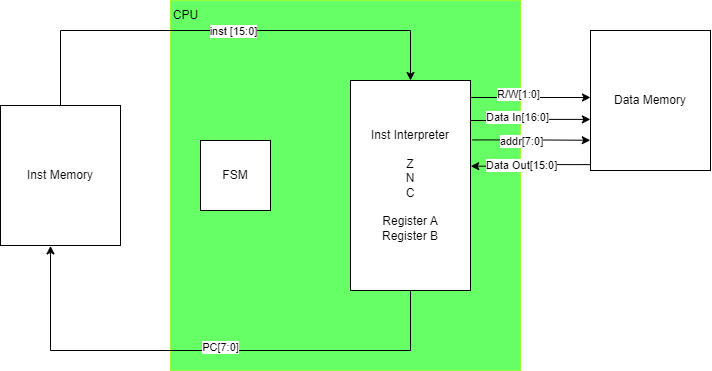
JasperGrant/S-Machine-CPU keeps this draw.io diagram as SystemArchitectureRevised.drawio.png. Above is the earlier version. Source tidied: cells renumbered, new cells last; positions are measured from the earlier drawing's top-left corner, leaving out a move shared by most shapes.
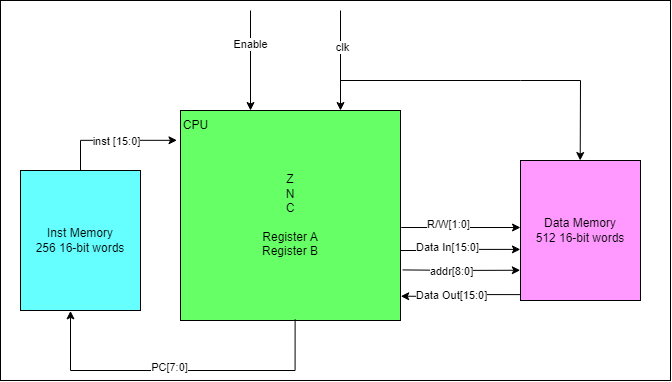
Later version of the same file.

Commit message:
Updated architecture and upped data addr to 9 bits

The edit, as a diff of the source:
```diff
@@ -2,15 +2,18 @@
   <root>
     <mxCell id="0" />
     <mxCell id="1" parent="0" />
+    <mxCell id="20" style="rounded=0;whiteSpace=wrap;html=1;" parent="1" vertex="1">
+      <mxGeometry y="-20" width="670" height="380" as="geometry" />
+    </mxCell>
-    <mxCell id="2" style="rounded=0;whiteSpace=wrap;html=1;strokeColor=#99FF33;fillColor=#66FF66;" parent="1" vertex="1">
-      <mxGeometry x="170" width="350" height="370" as="geometry" />
+    <mxCell id="2" value="Z&lt;br style=&quot;border-color: var(--border-color);&quot;&gt;N&lt;br style=&quot;border-color: var(--border-color);&quot;&gt;C&lt;br style=&quot;border-color: var(--border-color);&quot;&gt;&lt;br style=&quot;border-color: var(--border-color);&quot;&gt;Register A&lt;br style=&quot;border-color: var(--border-color);&quot;&gt;Register B" style="rounded=0;whiteSpace=wrap;html=1;strokeColor=#000000;fillColor=#66FF66;" parent="1" vertex="1">
+      <mxGeometry x="180" y="90" width="220" height="210" as="geometry" />
     </mxCell>
-    <mxCell id="3" style="edgeStyle=orthogonalEdgeStyle;rounded=0;jettySize=auto;html=1;exitX=0.5;exitY=1;exitDx=0;exitDy=0;entryX=0.411;entryY=1.003;entryDx=0;entryDy=0;entryPerimeter=0;" parent="1" edge="1" source="5" target="9">
+    <mxCell id="3" style="edgeStyle=orthogonalEdgeStyle;rounded=0;jettySize=auto;html=1;exitX=0.521;exitY=0.994;exitDx=0;exitDy=0;entryX=0.411;entryY=1.003;entryDx=0;entryDy=0;entryPerimeter=0;exitPerimeter=0;" parent="1" edge="1" source="2" target="9">
       <mxGeometry relative="1" as="geometry">
         <Array as="points">
-          <mxPoint x="410" y="350" />
-          <mxPoint x="50" y="350" />
-          <mxPoint x="50" y="245" />
+          <mxPoint x="295" y="350" />
+          <mxPoint x="70" y="350" />
+          <mxPoint x="70" y="290" />
         </Array>
       </mxGeometry>
     </mxCell>
@@ -19,32 +22,26 @@
         <mxPoint x="-48" as="offset" />
       </mxGeometry>
     </mxCell>
-    <mxCell id="5" value="Inst Interpreter&lt;br&gt;&lt;br&gt;Z&lt;br&gt;N&lt;br&gt;C&lt;br&gt;&lt;br&gt;Register A&lt;br&gt;Register B" style="rounded=0;whiteSpace=wrap;html=1;" parent="1" vertex="1">
-      <mxGeometry x="350" y="80" width="120" height="210" as="geometry" />
-    </mxCell>
-    <mxCell id="6" style="edgeStyle=orthogonalEdgeStyle;rounded=0;jettySize=auto;html=1;entryX=0.5;entryY=0;entryDx=0;entryDy=0;exitX=0.5;exitY=0;exitDx=0;exitDy=0;" parent="1" edge="1" source="9" target="5">
+    <mxCell id="6" style="edgeStyle=orthogonalEdgeStyle;rounded=0;jettySize=auto;html=1;entryX=-0.016;entryY=0.142;entryDx=0;entryDy=0;exitX=0.5;exitY=0;exitDx=0;exitDy=0;entryPerimeter=0;" parent="1" edge="1" source="9" target="2">
       <mxGeometry relative="1" as="geometry">
         <Array as="points">
-          <mxPoint x="60" y="30" />
-          <mxPoint x="410" y="30" />
+          <mxPoint x="80" y="120" />
         </Array>
       </mxGeometry>
     </mxCell>
     <mxCell id="7" value="inst [15:0]" style="edgeLabel;html=1;align=center;verticalAlign=middle;" parent="6" vertex="1">
       <mxGeometry x="0.04" y="-1" relative="1" as="geometry" />
     </mxCell>
-    <mxCell id="8" value="FSM" style="rounded=0;whiteSpace=wrap;html=1;" parent="1" vertex="1">
-      <mxGeometry x="200" y="140" width="70" height="70" as="geometry" />
-    </mxCell>
-    <mxCell id="9" value="Inst Memory" style="rounded=0;whiteSpace=wrap;html=1;" parent="1" vertex="1">
-      <mxGeometry y="105" width="120" height="140" as="geometry" />
+    <mxCell id="9" value="Inst Memory&lt;br&gt;256 16-bit words" style="rounded=0;whiteSpace=wrap;html=1;fillColor=#66FFFF;" parent="1" vertex="1">
+      <mxGeometry x="20" y="150" width="120" height="140" as="geometry" />
     </mxCell>
-    <mxCell id="10" value="Data Memory" style="rounded=0;whiteSpace=wrap;html=1;" parent="1" vertex="1">
-      <mxGeometry x="590" y="30" width="120" height="140" as="geometry" />
+    <mxCell id="10" value="Data Memory&lt;br&gt;512 16-bit words" style="rounded=0;whiteSpace=wrap;html=1;fillColor=#FF99FF;" parent="1" vertex="1">
+      <mxGeometry x="520" y="140" width="120" height="140" as="geometry" />
     </mxCell>
-    <mxCell id="11" style="edgeStyle=orthogonalEdgeStyle;rounded=0;jettySize=auto;html=1;exitX=1.006;exitY=0.081;exitDx=0;exitDy=0;exitPerimeter=0;" parent="1" edge="1" source="5">
+    <mxCell id="11" style="edgeStyle=orthogonalEdgeStyle;rounded=0;orthogonalLoop=1;jettySize=auto;html=1;exitX=1.006;exitY=0.081;exitDx=0;exitDy=0;exitPerimeter=0;" parent="1" edge="1">
       <mxGeometry relative="1" as="geometry">
-        <mxPoint x="590" y="97" as="targetPoint" />
+        <mxPoint x="400.7" y="207" as="sourcePoint" />
+        <mxPoint x="520" y="207" as="targetPoint" />
       </mxGeometry>
     </mxCell>
     <mxCell id="12" value="R/W[1:0]" style="edgeLabel;html=1;align=center;verticalAlign=middle;" parent="11" vertex="1">
@@ -52,35 +49,70 @@
         <mxPoint x="1" as="offset" />
       </mxGeometry>
     </mxCell>
-    <mxCell id="13" style="edgeStyle=orthogonalEdgeStyle;rounded=0;jettySize=auto;html=1;entryX=-0.001;entryY=0.635;entryDx=0;entryDy=0;entryPerimeter=0;" parent="1" edge="1" source="5" target="10">
+    <mxCell id="13" style="edgeStyle=orthogonalEdgeStyle;rounded=0;jettySize=auto;html=1;entryX=-0.001;entryY=0.635;entryDx=0;entryDy=0;entryPerimeter=0;" parent="1" edge="1" target="10">
       <mxGeometry relative="1" as="geometry">
+        <mxPoint x="400" y="230" as="sourcePoint" />
         <Array as="points">
-          <mxPoint x="505" y="120" />
-          <mxPoint x="505" y="119" />
+          <mxPoint x="435" y="230" />
+          <mxPoint x="435" y="229" />
         </Array>
       </mxGeometry>
     </mxCell>
-    <mxCell id="14" value="Data In[16:0]" style="edgeLabel;html=1;align=center;verticalAlign=middle;" parent="13" vertex="1">
+    <mxCell id="14" value="Data In[15:0]" style="edgeLabel;html=1;align=center;verticalAlign=middle;" parent="13" vertex="1">
       <mxGeometry x="-0.21" y="2" relative="1" as="geometry" />
     </mxCell>
-    <mxCell id="15" style="edgeStyle=orthogonalEdgeStyle;rounded=0;jettySize=auto;html=1;entryX=1.002;entryY=0.408;entryDx=0;entryDy=0;entryPerimeter=0;exitX=0.002;exitY=0.958;exitDx=0;exitDy=0;exitPerimeter=0;" parent="1" edge="1" source="10" target="5">
-      <mxGeometry relative="1" as="geometry" />
+    <mxCell id="15" style="edgeStyle=orthogonalEdgeStyle;rounded=0;jettySize=auto;html=1;entryX=1.002;entryY=0.408;entryDx=0;entryDy=0;entryPerimeter=0;exitX=0.002;exitY=0.958;exitDx=0;exitDy=0;exitPerimeter=0;" parent="1" edge="1" source="10">
+      <mxGeometry relative="1" as="geometry">
+        <mxPoint x="400.2" y="275.7" as="targetPoint" />
+      </mxGeometry>
     </mxCell>
     <mxCell id="16" value="Data Out[15:0]" style="edgeLabel;html=1;align=center;verticalAlign=middle;" parent="15" vertex="1">
       <mxGeometry x="-0.25" relative="1" as="geometry">
         <mxPoint x="-24" as="offset" />
       </mxGeometry>
     </mxCell>
-    <mxCell id="17" style="edgeStyle=orthogonalEdgeStyle;rounded=0;jettySize=auto;html=1;entryX=-0.002;entryY=0.784;entryDx=0;entryDy=0;entryPerimeter=0;exitX=1.017;exitY=0.283;exitDx=0;exitDy=0;exitPerimeter=0;" parent="1" edge="1" source="5" target="10">
-      <mxGeometry relative="1" as="geometry" />
+    <mxCell id="17" style="edgeStyle=orthogonalEdgeStyle;rounded=0;jettySize=auto;html=1;entryX=-0.002;entryY=0.784;entryDx=0;entryDy=0;entryPerimeter=0;exitX=1.017;exitY=0.283;exitDx=0;exitDy=0;exitPerimeter=0;" parent="1" edge="1" target="10">
+      <mxGeometry relative="1" as="geometry">
+        <mxPoint x="402" y="249.4" as="sourcePoint" />
+      </mxGeometry>
     </mxCell>
-    <mxCell id="18" value="addr[7:0]" style="edgeLabel;html=1;align=center;verticalAlign=middle;" parent="17" vertex="1">
+    <mxCell id="18" value="addr[8:0]" style="edgeLabel;html=1;align=center;verticalAlign=middle;" parent="17" vertex="1">
       <mxGeometry x="-0.34" y="-2" relative="1" as="geometry">
         <mxPoint x="9" y="-1" as="offset" />
       </mxGeometry>
     </mxCell>
     <mxCell id="19" value="CPU" style="text;html=1;align=center;verticalAlign=middle;strokeColor=none;fillColor=none;" parent="1" vertex="1">
-      <mxGeometry x="160" width="50" height="30" as="geometry" />
+      <mxGeometry x="170" y="90" width="50" height="30" as="geometry" />
     </mxCell>
+    <mxCell id="21" style="endArrow=classic;html=1;rounded=0;" parent="1" edge="1">
+      <mxGeometry relative="1" as="geometry">
+        <mxPoint x="340" y="-10" as="sourcePoint" />
+        <mxPoint x="340" y="90" as="targetPoint" />
+      </mxGeometry>
+    </mxCell>
+    <mxCell id="22" value="clk" style="edgeLabel;html=1;align=center;verticalAlign=middle;" parent="21" vertex="1">
+      <mxGeometry x="-0.26" y="2" relative="1" as="geometry" />
+    </mxCell>
+    <mxCell id="23" style="endArrow=classic;html=1;rounded=0;" parent="1" edge="1">
+      <mxGeometry relative="1" as="geometry">
+        <mxPoint x="250" y="-10" as="sourcePoint" />
+        <mxPoint x="250" y="90" as="targetPoint" />
+      </mxGeometry>
+    </mxCell>
+    <mxCell id="24" value="Enable" style="edgeLabel;html=1;align=center;verticalAlign=middle;" parent="23" vertex="1">
+      <mxGeometry x="-0.45" y="-1" relative="1" as="geometry">
+        <mxPoint x="1" y="6" as="offset" />
+      </mxGeometry>
+    </mxCell>
+    <mxCell id="25" style="endArrow=classic;html=1;rounded=0;" parent="1" edge="1">
+      <mxGeometry relative="1" as="geometry">
+        <mxPoint x="340" y="60" as="sourcePoint" />
+        <mxPoint x="579.7" y="140" as="targetPoint" />
+        <Array as="points">
+          <mxPoint x="520" y="60" />
+          <mxPoint x="580" y="60" />
+        </Array>
+      </mxGeometry>
+    </mxCell>
   </root>
 </mxGraphModel>
```
